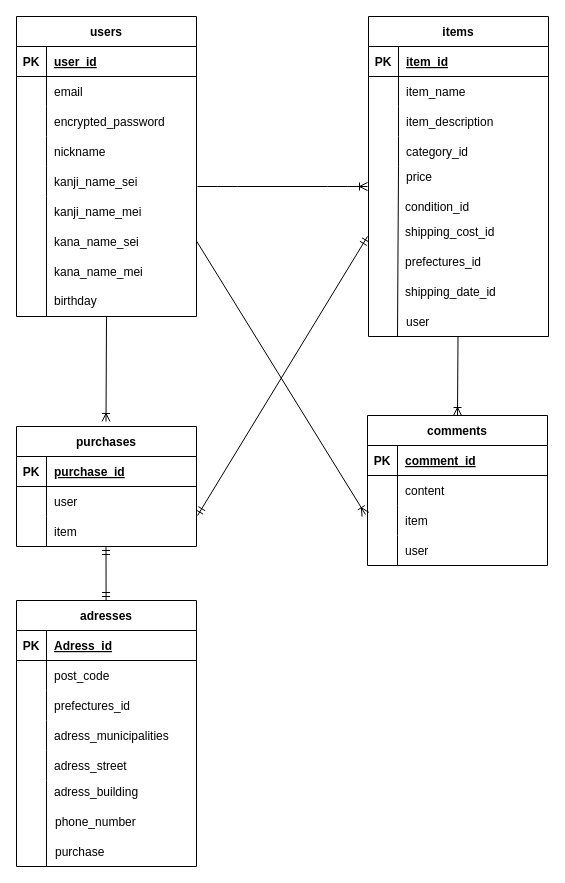
Earlier version of the draw.io diagram furima.dio (sora-site/furima-40734). Source tidied: cells renumbered, new cells numbered last; positions are measured from the earlier drawing's top-left corner, leaving out a move shared by most shapes. Both pictures are drawn from the tidied source at 100%, with x=0, y=0 at pixel (16, 16).
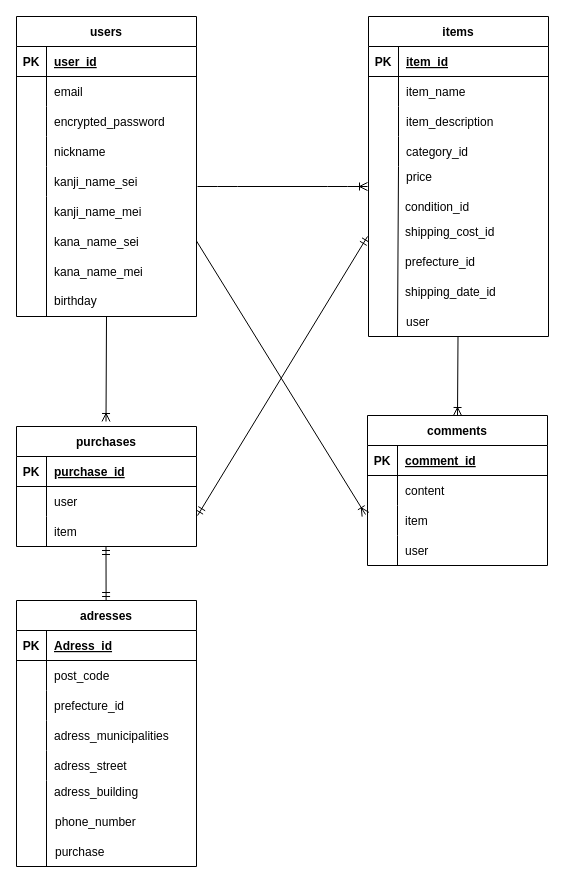
The same diagram, later.

Commit message (it also covers changes not shown here):
DB設計指摘対応３回目

The change refers to these unchanged cells:
```xml
<mxCell id="47" style="shape=tableRow;horizontal=0;startSize=0;swimlaneHead=0;swimlaneBody=0;fillColor=none;top=0;left=0;right=0;bottom=0;" parent="40" vertex="1">
  <mxGeometry y="90" width="180" height="30" as="geometry" />
</mxCell>
```

Change to the diagram source:
```diff
@@
-    <mxCell id="35" value="prefectures_id" style="shape=partialRectangle;fillColor=none;top=0;left=0;bottom=0;right=0;align=left;spacingLeft=6;overflow=hidden;" parent="1" vertex="1">
+    <mxCell id="35" value="prefecture_id" style="shape=partialRectangle;fillColor=none;top=0;left=0;bottom=0;right=0;align=left;spacingLeft=6;overflow=hidden;" parent="1" vertex="1">
       <mxGeometry x="381" y="230" width="145" height="30" as="geometry" />
     </mxCell>
@@
-    <mxCell id="49" value="prefectures_id" style="shape=partialRectangle;fillColor=none;top=0;left=0;bottom=0;right=0;align=left;spacingLeft=6;overflow=hidden;" parent="47" vertex="1">
+    <mxCell id="49" value="prefecture_id" style="shape=partialRectangle;fillColor=none;top=0;left=0;bottom=0;right=0;align=left;spacingLeft=6;overflow=hidden;" parent="47" vertex="1">
       <mxGeometry x="30" width="150" height="30" as="geometry" />
     </mxCell>
```
